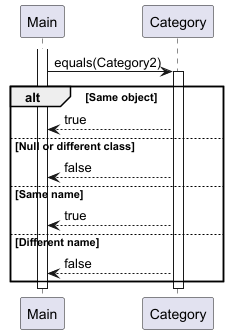
This is docs/diagrams/category/category-class-diagram.png from nus-cs2113-AY2425S1/tp, a PlantUML export, as it was before one commit. The source it was exported from:
```plantuml
@startuml
participant "Main" as Main
participant "Category" as Category1
activate Main

Main -> Category1: equals(Category2)
activate Category1
alt Same object
    Category1 --> Main: true
else Null or different class
    Category1 --> Main: false
else Same name
    Category1 --> Main: true
else Different name
    Category1 --> Main: false
end
deactivate Category1
deactivate Main
@enduml
```
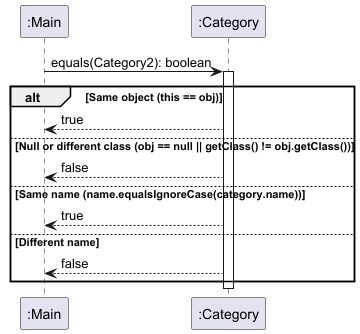
The same diagram one commit later.

Change to the diagram source:
```diff
@@ -1,19 +1,17 @@
 @startuml
-participant "Main" as Main
-participant "Category" as Category1
-activate Main
+participant ":Main" as Main
+participant ":Category" as Category
 
-Main -> Category1: equals(Category2)
-activate Category1
-alt Same object
-    Category1 --> Main: true
-else Null or different class
-    Category1 --> Main: false
-else Same name
-    Category1 --> Main: true
+Main -> Category: equals(Category2): boolean
+activate Category
+alt Same object (this == obj)
+    Category --> Main: true
+else Null or different class (obj == null || getClass() != obj.getClass())
+    Category --> Main: false
+else Same name (name.equalsIgnoreCase(category.name))
+    Category --> Main: true
 else Different name
-    Category1 --> Main: false
+    Category --> Main: false
 end
-deactivate Category1
-deactivate Main
+deactivate Category
 @enduml
```
